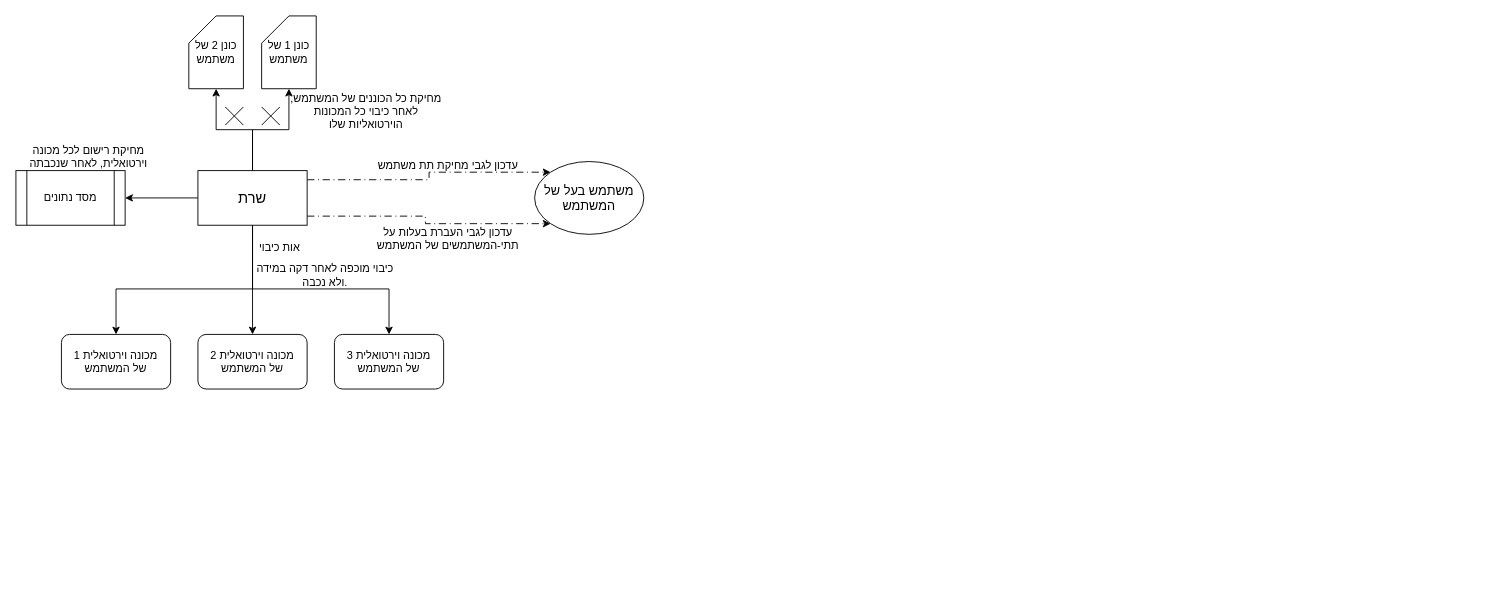
rdex999/VM-Nexus keeps this draw.io diagram as Documentation/Diagrams/DataFlow/Server/UserDeletion.drawio. Above is the earlier version. Source tidied: cells renumbered, new cells numbered last; positions are measured from the earlier drawing's top-left corner, leaving out a move shared by most shapes. Both pictures are drawn from the tidied source at 91%, with x=0, y=0 at pixel (15, 15).
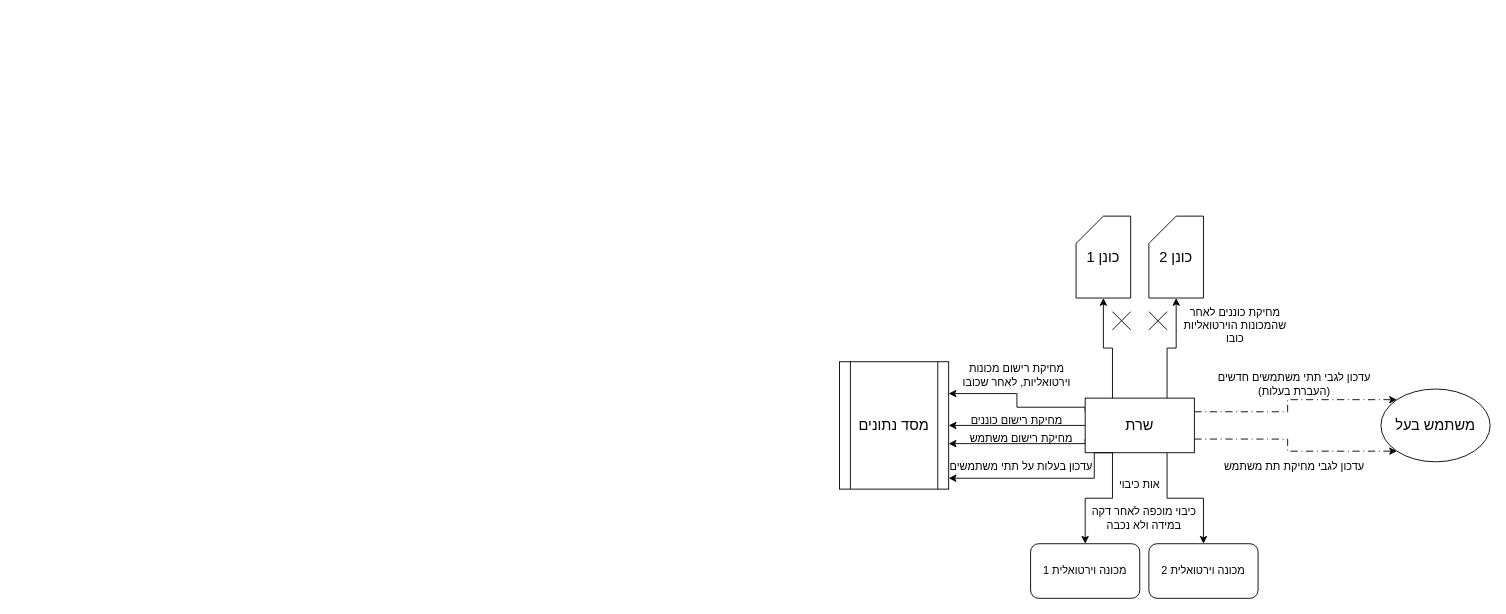
The same page after the edit.

Commit message (it also covers changes not shown here):
Added client side user deletion data flow diagram. Corrected server side user deletion data flow diagram.

What changed in the source:
```diff
@@
-    <mxCell id="2" value="מכונה וירטואלית 1&lt;div&gt;של המשתמש&lt;/div&gt;" style="rounded=1;whiteSpace=wrap;html=1;" parent="1" vertex="1">
-      <mxGeometry x="50" y="350" width="120" height="60" as="geometry" />
-    </mxCell>
-    <mxCell id="3" style="edgeStyle=orthogonalEdgeStyle;rounded=0;jettySize=auto;html=1;entryX=0.5;entryY=0;entryDx=0;entryDy=0;" parent="1" edge="1" source="10" target="2">
-      <mxGeometry relative="1" as="geometry">
-        <Array as="points">
-          <mxPoint x="260" y="300" />
-          <mxPoint x="110" y="300" />
-        </Array>
-      </mxGeometry>
-    </mxCell>
-    <mxCell id="4" style="edgeStyle=orthogonalEdgeStyle;rounded=0;jettySize=auto;html=1;" parent="1" edge="1" source="10" target="11">
-      <mxGeometry relative="1" as="geometry" />
-    </mxCell>
-    <mxCell id="5" style="edgeStyle=orthogonalEdgeStyle;rounded=0;jettySize=auto;html=1;entryX=0.5;entryY=0;entryDx=0;entryDy=0;" parent="1" edge="1" source="10" target="12">
-      <mxGeometry relative="1" as="geometry">
-        <Array as="points">
-          <mxPoint x="260" y="300" />
-          <mxPoint x="410" y="300" />
-        </Array>
-      </mxGeometry>
-    </mxCell>
-    <mxCell id="6" style="edgeStyle=orthogonalEdgeStyle;rounded=0;jettySize=auto;html=1;entryX=0;entryY=0;entryDx=0;entryDy=0;dashed=1;dashPattern=8 4 1 4;" parent="1" edge="1" source="10" target="15">
-      <mxGeometry relative="1" as="geometry">
-        <Array as="points">
-          <mxPoint x="454" y="180" />
-          <mxPoint x="454" y="172" />
-        </Array>
-      </mxGeometry>
-    </mxCell>
-    <mxCell id="7" style="edgeStyle=orthogonalEdgeStyle;rounded=0;jettySize=auto;html=1;entryX=1;entryY=0.5;entryDx=0;entryDy=0;" parent="1" edge="1" source="10" target="16">
-      <mxGeometry relative="1" as="geometry" />
-    </mxCell>
-    <mxCell id="8" style="edgeStyle=orthogonalEdgeStyle;rounded=0;jettySize=auto;html=1;entryX=0;entryY=1;entryDx=0;entryDy=0;dashed=1;dashPattern=8 4 1 4;" parent="1" edge="1" source="10" target="15">
-      <mxGeometry relative="1" as="geometry">
-        <Array as="points">
-          <mxPoint x="450" y="220" />
-          <mxPoint x="450" y="228" />
-        </Array>
-      </mxGeometry>
-    </mxCell>
-    <mxCell id="9" style="edgeStyle=orthogonalEdgeStyle;rounded=0;jettySize=auto;html=1;" parent="1" edge="1" source="10" target="20">
-      <mxGeometry relative="1" as="geometry" />
-    </mxCell>
+    <mxCell id="16" value="&lt;font style=&quot;font-size: 16px;&quot;&gt;מסד נתונים&lt;/font&gt;" style="shape=process;whiteSpace=wrap;html=1;backgroundOutline=1;" parent="1" vertex="1">
+      <mxGeometry x="905" y="380" width="120" height="140" as="geometry" />
+    </mxCell>
+    <mxCell id="26" style="edgeStyle=orthogonalEdgeStyle;rounded=0;jettySize=auto;html=1;exitX=0;exitY=0.25;exitDx=0;exitDy=0;entryX=1;entryY=0.25;entryDx=0;entryDy=0;" parent="1" edge="1" source="10" target="16">
+      <mxGeometry relative="1" as="geometry">
+        <Array as="points">
+          <mxPoint x="1175" y="430" />
+          <mxPoint x="1100" y="430" />
+          <mxPoint x="1100" y="415" />
+        </Array>
+      </mxGeometry>
+    </mxCell>
+    <mxCell id="27" style="edgeStyle=orthogonalEdgeStyle;rounded=0;jettySize=auto;html=1;exitX=0.25;exitY=1;exitDx=0;exitDy=0;entryX=0.5;entryY=0;entryDx=0;entryDy=0;" parent="1" edge="1" source="10" target="35">
+      <mxGeometry relative="1" as="geometry" />
+    </mxCell>
+    <mxCell id="28" style="edgeStyle=orthogonalEdgeStyle;rounded=0;jettySize=auto;html=1;exitX=0.75;exitY=1;exitDx=0;exitDy=0;entryX=0.5;entryY=0;entryDx=0;entryDy=0;" parent="1" edge="1" source="10" target="36">
+      <mxGeometry relative="1" as="geometry" />
+    </mxCell>
+    <mxCell id="29" style="edgeStyle=orthogonalEdgeStyle;rounded=0;jettySize=auto;html=1;entryX=1;entryY=0.5;entryDx=0;entryDy=0;" parent="1" edge="1" source="10" target="16">
+      <mxGeometry relative="1" as="geometry" />
+    </mxCell>
+    <mxCell id="30" style="edgeStyle=orthogonalEdgeStyle;rounded=0;jettySize=auto;html=1;exitX=0;exitY=0.75;exitDx=0;exitDy=0;" parent="1" edge="1" source="10">
+      <mxGeometry relative="1" as="geometry">
+        <mxPoint x="1025" y="470" as="targetPoint" />
+        <Array as="points">
+          <mxPoint x="1175" y="470" />
+        </Array>
+      </mxGeometry>
+    </mxCell>
+    <mxCell id="31" style="edgeStyle=orthogonalEdgeStyle;rounded=0;jettySize=auto;html=1;exitX=1;exitY=0.25;exitDx=0;exitDy=0;entryX=0;entryY=0;entryDx=0;entryDy=0;dashed=1;dashPattern=8 4 1 4;" parent="1" edge="1" source="10" target="33">
+      <mxGeometry relative="1" as="geometry" />
+    </mxCell>
+    <mxCell id="32" style="edgeStyle=orthogonalEdgeStyle;rounded=0;jettySize=auto;html=1;exitX=1;exitY=0.75;exitDx=0;exitDy=0;entryX=0;entryY=1;entryDx=0;entryDy=0;dashed=1;dashPattern=8 4 1 4;" parent="1" edge="1" source="10" target="33">
+      <mxGeometry relative="1" as="geometry" />
+    </mxCell>
     <mxCell id="10" value="&lt;font style=&quot;font-size: 16px;&quot;&gt;שרת&lt;/font&gt;" style="rounded=0;whiteSpace=wrap;html=1;" parent="1" vertex="1">
-      <mxGeometry x="200" y="170" width="120" height="60" as="geometry" />
+      <mxGeometry x="1175" y="420" width="120" height="60" as="geometry" />
     </mxCell>
-    <mxCell id="11" value="מכונה וירטואלית 2&lt;div&gt;של המשתמש&lt;/div&gt;" style="rounded=1;whiteSpace=wrap;html=1;" parent="1" vertex="1">
-      <mxGeometry x="200" y="350" width="120" height="60" as="geometry" />
-    </mxCell>
-    <mxCell id="12" value="מכונה וירטואלית 3&lt;div&gt;של המשתמש&lt;/div&gt;" style="rounded=1;whiteSpace=wrap;html=1;" parent="1" vertex="1">
-      <mxGeometry x="350" y="350" width="120" height="60" as="geometry" />
-    </mxCell>
+    <mxCell id="33" value="&lt;font style=&quot;font-size: 16px;&quot;&gt;משתמש בעל&lt;/font&gt;" style="ellipse;whiteSpace=wrap;html=1;" parent="1" vertex="1">
+      <mxGeometry x="1500" y="410" width="120" height="80" as="geometry" />
+    </mxCell>
+    <mxCell id="34" value="עדכון לגבי תתי משתמשים חדשים (העברת בעלות)" style="text;html=1;whiteSpace=wrap;strokeColor=none;fillColor=none;align=center;verticalAlign=middle;rounded=0;" parent="1" vertex="1">
+      <mxGeometry x="1310" y="390" width="190" height="30" as="geometry" />
+    </mxCell>
+    <mxCell id="35" value="&lt;font&gt;מכונה וירטואלית 1&lt;/font&gt;" style="rounded=1;whiteSpace=wrap;html=1;" parent="1" vertex="1">
+      <mxGeometry x="1115" y="580" width="120" height="60" as="geometry" />
+    </mxCell>
+    <mxCell id="36" value="&lt;font&gt;מכונה וירטואלית 2&lt;/font&gt;" style="rounded=1;whiteSpace=wrap;html=1;" parent="1" vertex="1">
+      <mxGeometry x="1245" y="580" width="120" height="60" as="geometry" />
+    </mxCell>
+    <mxCell id="37" value="&lt;font style=&quot;font-size: 16px;&quot;&gt;כונן 1&lt;/font&gt;" style="shape=card;whiteSpace=wrap;html=1;" parent="1" vertex="1">
+      <mxGeometry x="1165" y="220" width="60" height="90" as="geometry" />
+    </mxCell>
+    <mxCell id="38" value="&lt;font style=&quot;font-size: 16px;&quot;&gt;כונן 2&lt;/font&gt;" style="shape=card;whiteSpace=wrap;html=1;" parent="1" vertex="1">
+      <mxGeometry x="1245" y="220" width="60" height="90" as="geometry" />
+    </mxCell>
+    <mxCell id="39" style="shape=mxgraph.sysml.x;" parent="1" vertex="1">
+      <mxGeometry x="1205" y="325" width="20" height="20" as="geometry" />
+    </mxCell>
+    <mxCell id="40" style="shape=mxgraph.sysml.x;" parent="1" vertex="1">
+      <mxGeometry x="1245" y="325" width="20" height="20" as="geometry" />
+    </mxCell>
+    <mxCell id="41" value="מחיקת כוננים לאחר שהמכונות הוירטואליות כובו" style="text;html=1;whiteSpace=wrap;strokeColor=none;fillColor=none;align=center;verticalAlign=middle;rounded=0;" parent="1" vertex="1">
+      <mxGeometry x="1275" y="325" width="130" height="30" as="geometry" />
+    </mxCell>
+    <mxCell id="42" value="מחיקת רישום מכונות וירטואליות, לאחר שכובו" style="text;html=1;whiteSpace=wrap;strokeColor=none;fillColor=none;align=center;verticalAlign=middle;rounded=0;" parent="1" vertex="1">
+      <mxGeometry x="1035" y="380" width="130" height="30" as="geometry" />
+    </mxCell>
+    <mxCell id="43" value="מחיקת רישום כוננים" style="text;html=1;whiteSpace=wrap;strokeColor=none;fillColor=none;align=center;verticalAlign=middle;rounded=0;" parent="1" vertex="1">
+      <mxGeometry x="1035" y="430" width="130" height="30" as="geometry" />
+    </mxCell>
+    <mxCell id="44" value="מחיקת רישום משתמש" style="text;html=1;whiteSpace=wrap;strokeColor=none;fillColor=none;align=center;verticalAlign=middle;rounded=0;" parent="1" vertex="1">
+      <mxGeometry x="1045" y="450" width="120" height="30" as="geometry" />
+    </mxCell>
+    <mxCell id="45" value="&lt;br&gt;&lt;div&gt;כיבוי מוכפה לאחר דקה במידה ולא נכבה&lt;/div&gt;" style="text;html=1;whiteSpace=wrap;strokeColor=none;fillColor=none;align=center;verticalAlign=middle;rounded=0;" parent="1" vertex="1">
+      <mxGeometry x="1175" y="530" width="130" height="30" as="geometry" />
+    </mxCell>
     <mxCell id="13" value="אות כיבוי" style="text;html=1;whiteSpace=wrap;strokeColor=none;fillColor=none;align=center;verticalAlign=middle;rounded=0;" parent="1" vertex="1">
-      <mxGeometry x="260" y="240" width="60" height="30" as="geometry" />
+      <mxGeometry x="1205" y="500" width="60" height="30" as="geometry" />
     </mxCell>
-    <mxCell id="14" value="כיבוי מוכפה לאחר דקה במידה ולא נכבה." style="text;html=1;whiteSpace=wrap;strokeColor=none;fillColor=none;align=center;verticalAlign=middle;rounded=0;" parent="1" vertex="1">
-      <mxGeometry x="260" y="270" width="160" height="30" as="geometry" />
-    </mxCell>
-    <mxCell id="15" value="&lt;font style=&quot;font-size: 14px;&quot;&gt;משתמש בעל של המשתמש&lt;/font&gt;" style="ellipse;whiteSpace=wrap;html=1;" parent="1" vertex="1">
-      <mxGeometry x="570" y="160" width="120" height="80" as="geometry" />
-    </mxCell>
-    <mxCell id="16" value="מסד נתונים" style="shape=process;whiteSpace=wrap;html=1;backgroundOutline=1;" parent="1" vertex="1">
-      <mxGeometry y="170" width="120" height="60" as="geometry" />
-    </mxCell>
-    <mxCell id="17" value="&lt;font&gt;מחיקת רישום לכל מכונה וירטואלית, לאחר שנכבתה&lt;/font&gt;" style="text;html=1;whiteSpace=wrap;strokeColor=none;fillColor=none;align=center;verticalAlign=middle;rounded=0;" parent="1" vertex="1">
-      <mxGeometry y="140" width="160" height="30" as="geometry" />
-    </mxCell>
     <mxCell id="18" value="עדכון לגבי מחיקת תת משתמש" style="text;html=1;whiteSpace=wrap;strokeColor=none;fillColor=none;align=center;verticalAlign=middle;rounded=0;" parent="1" vertex="1">
-      <mxGeometry x="390" y="150" width="170" height="30" as="geometry" />
+      <mxGeometry x="1310" y="480" width="190" height="30" as="geometry" />
     </mxCell>
-    <mxCell id="19" value="&lt;font&gt;עדכון לגבי העברת בעלות על תתי-המשתמשים של המשתמש&lt;/font&gt;" style="text;html=1;whiteSpace=wrap;strokeColor=none;fillColor=none;align=center;verticalAlign=middle;rounded=0;" parent="1" vertex="1">
-      <mxGeometry x="390" y="230" width="170" height="30" as="geometry" />
-    </mxCell>
-    <mxCell id="20" value="כונן 2 של משתמש" style="shape=card;whiteSpace=wrap;html=1;" parent="1" vertex="1">
-      <mxGeometry x="190" width="60" height="80" as="geometry" />
-    </mxCell>
-    <mxCell id="21" value="&lt;font&gt;כונן 1 של משתמש&lt;/font&gt;" style="shape=card;whiteSpace=wrap;html=1;" parent="1" vertex="1">
-      <mxGeometry x="270" width="60" height="80" as="geometry" />
-    </mxCell>
-    <mxCell id="22" style="edgeStyle=orthogonalEdgeStyle;rounded=0;jettySize=auto;html=1;entryX=0.5;entryY=1;entryDx=0;entryDy=0;entryPerimeter=0;" parent="1" edge="1" source="10" target="21">
-      <mxGeometry relative="1" as="geometry" />
-    </mxCell>
-    <mxCell id="23" style="shape=mxgraph.sysml.x;" parent="1" vertex="1">
-      <mxGeometry x="230" y="100" width="20" height="20" as="geometry" />
-    </mxCell>
-    <mxCell id="24" style="shape=mxgraph.sysml.x;" parent="1" vertex="1">
-      <mxGeometry x="270" y="100" width="20" height="20" as="geometry" />
-    </mxCell>
-    <mxCell id="25" value="&lt;div style=&quot;&quot;&gt;&lt;span style=&quot;background-color: transparent; color: light-dark(rgb(0, 0, 0), rgb(255, 255, 255));&quot;&gt;מחיקת כל הכוננים של המשתמש, לאחר כיבוי כל המכונות הוירטואליות שלו&lt;/span&gt;&lt;/div&gt;" style="text;html=1;whiteSpace=wrap;strokeColor=none;fillColor=none;align=center;verticalAlign=middle;rounded=0;" parent="1" vertex="1">
-      <mxGeometry x="300" y="90" width="170" height="30" as="geometry" />
-    </mxCell>
+    <mxCell id="46" style="edgeStyle=orthogonalEdgeStyle;rounded=0;jettySize=auto;html=1;exitX=0.25;exitY=1;exitDx=0;exitDy=0;" parent="1" edge="1" source="10" target="16">
+      <mxGeometry relative="1" as="geometry">
+        <Array as="points">
+          <mxPoint x="1185" y="480" />
+          <mxPoint x="1185" y="508" />
+        </Array>
+      </mxGeometry>
+    </mxCell>
+    <mxCell id="47" value="עדכון בעלות על תתי משתמשים" style="text;html=1;whiteSpace=wrap;strokeColor=none;fillColor=none;align=center;verticalAlign=middle;rounded=0;" parent="1" vertex="1">
+      <mxGeometry x="1025" y="480" width="160" height="30" as="geometry" />
+    </mxCell>
+    <mxCell id="48" style="edgeStyle=orthogonalEdgeStyle;rounded=0;jettySize=auto;html=1;exitX=0.25;exitY=0;exitDx=0;exitDy=0;entryX=0.5;entryY=1;entryDx=0;entryDy=0;entryPerimeter=0;" parent="1" edge="1" source="10" target="37">
+      <mxGeometry relative="1" as="geometry" />
+    </mxCell>
+    <mxCell id="49" style="edgeStyle=orthogonalEdgeStyle;rounded=0;jettySize=auto;html=1;exitX=0.75;exitY=0;exitDx=0;exitDy=0;entryX=0.5;entryY=1;entryDx=0;entryDy=0;entryPerimeter=0;" parent="1" edge="1" source="10" target="38">
+      <mxGeometry relative="1" as="geometry" />
+    </mxCell>
```
